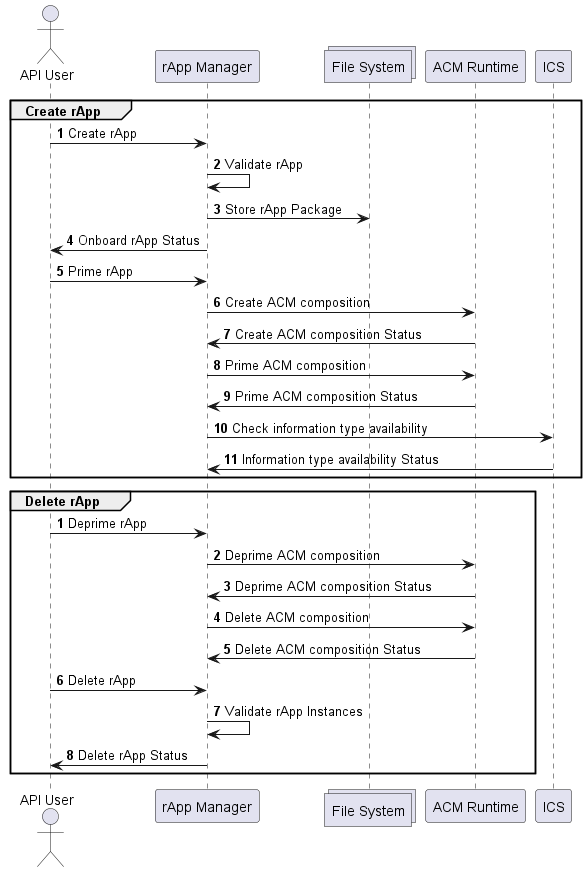
The PlantUML diagram docs/images/rApp-flow.png in o-ran-sc/nonrtric-plt-rappmanager, before a commit.
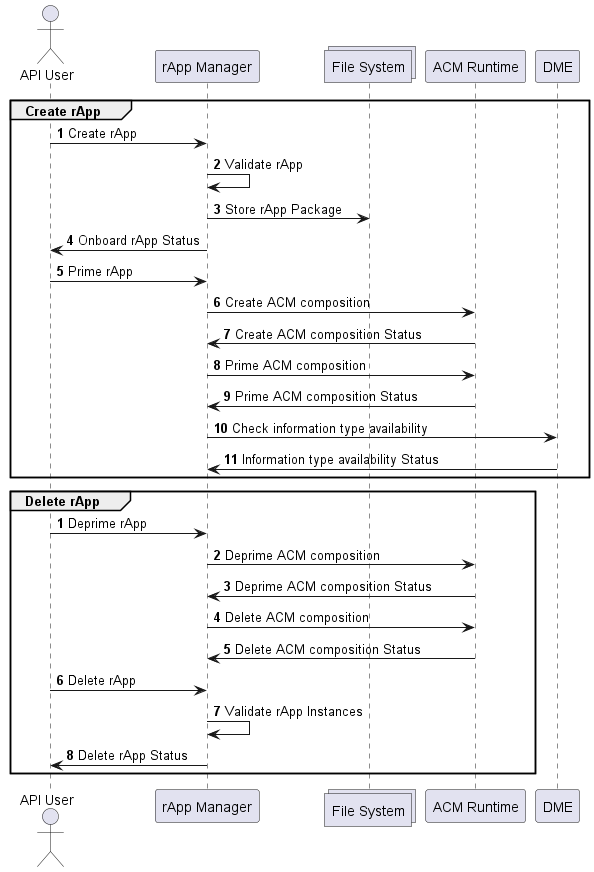
Later version of the same file.

Commit message:
Update flow and architecture images

What changed in the source:
```diff
@@ -5,7 +5,7 @@
 participant "rApp Manager"
 collections "File System"
 participant "ACM Runtime"
-participant "ICS"
+participant "DME"
 
 group Create rApp
 "API User"->"rApp Manager": Create rApp
@@ -17,8 +17,8 @@
 "ACM Runtime"->"rApp Manager": Create ACM composition Status
 "rApp Manager"->"ACM Runtime": Prime ACM composition
 "ACM Runtime"->"rApp Manager": Prime ACM composition Status
-"rApp Manager"->"ICS": Check information type availability
-"ICS"->"rApp Manager": Information type availability Status
+"rApp Manager"->"DME": Check information type availability
+"DME"->"rApp Manager": Information type availability Status
 end
 
 autonumber
```
